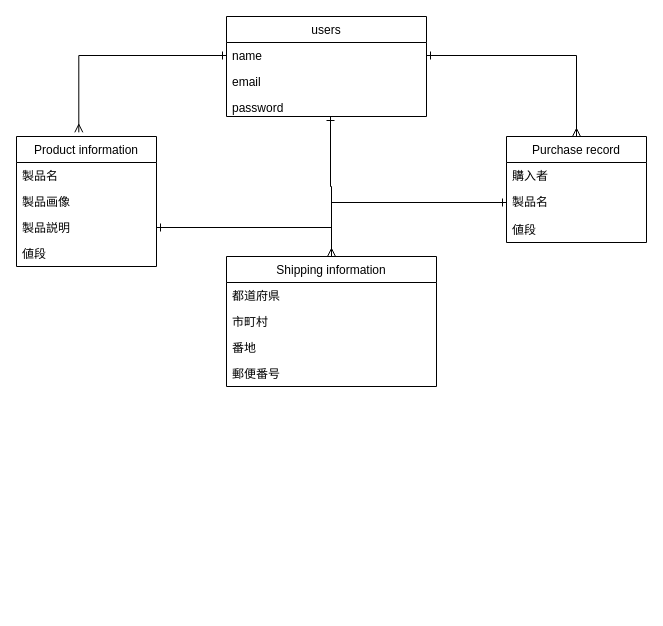
The draw.io diagram er.dio in KeisukeKKKK/furima-36905, before the edit. Source tidied: cells renumbered, new cells numbered last; positions are measured from the earlier drawing's top-left corner, leaving out a move shared by most shapes. Both pictures are drawn from the tidied source at 100%, with x=0, y=0 at pixel (16, 16).
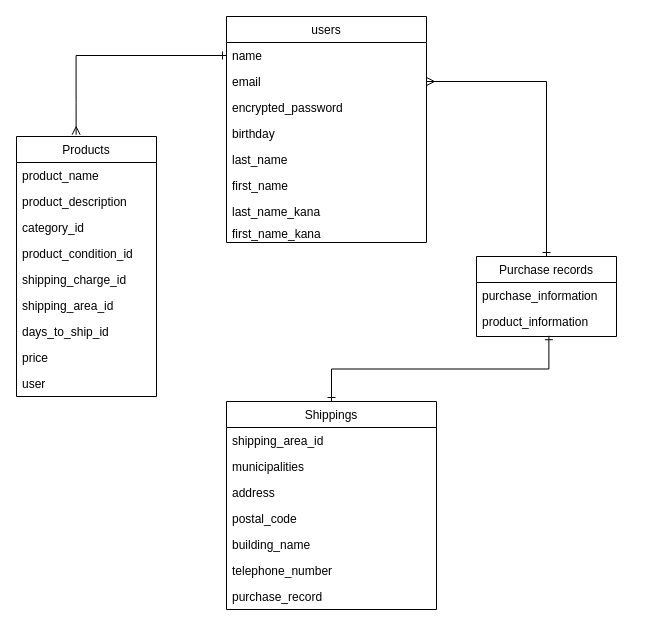
After the change.

Commit message (it also covers changes not shown here):
データベース設計修正3

The change refers to these unchanged cells:
```xml
<mxCell id="3" value="name" style="text;strokeColor=none;fillColor=none;align=left;verticalAlign=top;spacingLeft=4;spacingRight=4;overflow=hidden;points=[[0,0.5],[1,0.5]];portConstraint=eastwest;" parent="2" vertex="1">
  <mxGeometry y="26" width="200" height="26" as="geometry" />
</mxCell>
<mxCell id="4" value="email" style="text;strokeColor=none;fillColor=none;align=left;verticalAlign=top;spacingLeft=4;spacingRight=4;overflow=hidden;points=[[0,0.5],[1,0.5]];portConstraint=eastwest;" parent="2" vertex="1">
  <mxGeometry y="52" width="200" height="26" as="geometry" />
</mxCell>
```

The edit, as a diff of the source:
```diff
@@
     <mxCell id="2" value="users" style="swimlane;fontStyle=0;horizontal=1;startSize=26;" parent="1" vertex="1">
-      <mxGeometry x="210" width="200" height="100" as="geometry" />
+      <mxGeometry x="210" width="200" height="226" as="geometry" />
     </mxCell>
@@
+    <mxCell id="24" value="encrypted_password" style="text;strokeColor=none;fillColor=none;align=left;verticalAlign=top;spacingLeft=4;spacingRight=4;overflow=hidden;" parent="2" vertex="1">
+      <mxGeometry y="78" width="200" height="26" as="geometry" />
+    </mxCell>
+    <mxCell id="25" value="birthday" style="text;strokeColor=none;fillColor=none;align=left;verticalAlign=top;spacingLeft=4;spacingRight=4;overflow=hidden;" parent="2" vertex="1">
+      <mxGeometry y="104" width="200" height="26" as="geometry" />
+    </mxCell>
+    <mxCell id="26" value="last_name" style="text;strokeColor=none;fillColor=none;align=left;verticalAlign=top;spacingLeft=4;spacingRight=4;overflow=hidden;" parent="2" vertex="1">
+      <mxGeometry y="130" width="200" height="26" as="geometry" />
+    </mxCell>
+    <mxCell id="27" value="first_name" style="text;strokeColor=none;fillColor=none;align=left;verticalAlign=top;spacingLeft=4;spacingRight=4;overflow=hidden;" parent="2" vertex="1">
+      <mxGeometry y="156" width="200" height="26" as="geometry" />
+    </mxCell>
-    <mxCell id="5" value="password" style="text;strokeColor=none;fillColor=none;align=left;verticalAlign=top;spacingLeft=4;spacingRight=4;overflow=hidden;points=[[0,0.5],[1,0.5]];portConstraint=eastwest;" parent="2" vertex="1">
-      <mxGeometry y="78" width="200" height="22" as="geometry" />
+    <mxCell id="5" value="last_name_kana" style="text;strokeColor=none;fillColor=none;align=left;verticalAlign=top;spacingLeft=4;spacingRight=4;overflow=hidden;points=[[0,0.5],[1,0.5]];portConstraint=eastwest;" parent="2" vertex="1">
+      <mxGeometry y="182" width="200" height="22" as="geometry" />
     </mxCell>
+    <mxCell id="28" value="first_name_kana" style="text;strokeColor=none;fillColor=none;align=left;verticalAlign=top;spacingLeft=4;spacingRight=4;overflow=hidden;" parent="2" vertex="1">
+      <mxGeometry y="204" width="200" height="22" as="geometry" />
+    </mxCell>
+    <mxCell id="29" style="edgeStyle=orthogonalEdgeStyle;rounded=0;jettySize=auto;html=1;exitX=0.5;exitY=0;exitDx=0;exitDy=0;entryX=1;entryY=0.5;entryDx=0;entryDy=0;endArrow=ERmany;endFill=0;startArrow=ERone;startFill=0;" parent="1" edge="1" source="6" target="4">
+      <mxGeometry relative="1" as="geometry" />
+    </mxCell>
-    <mxCell id="6" value="Purchase record" style="swimlane;fontStyle=0;horizontal=1;startSize=26;" parent="1" vertex="1">
-      <mxGeometry x="490" y="120" width="140" height="106" as="geometry" />
+    <mxCell id="6" value="Purchase records" style="swimlane;fontStyle=0;horizontal=1;startSize=26;" parent="1" vertex="1">
+      <mxGeometry x="460" y="240" width="140" height="80" as="geometry" />
     </mxCell>
-    <mxCell id="7" value="購入者" style="text;strokeColor=none;fillColor=none;align=left;verticalAlign=top;spacingLeft=4;spacingRight=4;overflow=hidden;" parent="6" vertex="1">
+    <mxCell id="7" value="purchase_information" style="text;strokeColor=none;fillColor=none;align=left;verticalAlign=top;spacingLeft=4;spacingRight=4;overflow=hidden;" parent="6" vertex="1">
       <mxGeometry y="26" width="140" height="26" as="geometry" />
     </mxCell>
-    <mxCell id="8" value="製品名" style="text;strokeColor=none;fillColor=none;align=left;verticalAlign=top;spacingLeft=4;spacingRight=4;overflow=hidden;points=[[0,0.5],[1,0.5]];portConstraint=eastwest;" parent="6" vertex="1">
+    <mxCell id="8" value="product_information" style="text;strokeColor=none;fillColor=none;align=left;verticalAlign=top;spacingLeft=4;spacingRight=4;overflow=hidden;points=[[0,0.5],[1,0.5]];portConstraint=eastwest;" parent="6" vertex="1">
       <mxGeometry y="52" width="140" height="28" as="geometry" />
     </mxCell>
-    <mxCell id="9" value="値段" style="text;strokeColor=none;fillColor=none;align=left;verticalAlign=top;spacingLeft=4;spacingRight=4;overflow=hidden;" parent="6" vertex="1">
-      <mxGeometry y="80" width="140" height="26" as="geometry" />
-    </mxCell>
-    <mxCell id="10" value="Product information" style="swimlane;fontStyle=0;horizontal=1;startSize=26;" parent="1" vertex="1">
-      <mxGeometry y="120" width="140" height="130" as="geometry" />
+    <mxCell id="10" value="Products" style="swimlane;fontStyle=0;horizontal=1;startSize=26;" parent="1" vertex="1">
+      <mxGeometry y="120" width="140" height="260" as="geometry" />
     </mxCell>
-    <mxCell id="11" value="製品名" style="text;strokeColor=none;fillColor=none;align=left;verticalAlign=top;spacingLeft=4;spacingRight=4;overflow=hidden;" parent="10" vertex="1">
+    <mxCell id="11" value="product_name" style="text;strokeColor=none;fillColor=none;align=left;verticalAlign=top;spacingLeft=4;spacingRight=4;overflow=hidden;" parent="10" vertex="1">
       <mxGeometry y="26" width="140" height="26" as="geometry" />
     </mxCell>
-    <mxCell id="12" value="製品画像" style="text;strokeColor=none;fillColor=none;align=left;verticalAlign=top;spacingLeft=4;spacingRight=4;overflow=hidden;" parent="10" vertex="1">
+    <mxCell id="12" value="product_description" style="text;strokeColor=none;fillColor=none;align=left;verticalAlign=top;spacingLeft=4;spacingRight=4;overflow=hidden;" parent="10" vertex="1">
       <mxGeometry y="52" width="140" height="26" as="geometry" />
     </mxCell>
-    <mxCell id="13" value="製品説明" style="text;strokeColor=none;fillColor=none;align=left;verticalAlign=top;spacingLeft=4;spacingRight=4;overflow=hidden;points=[[0,0.5],[1,0.5]];portConstraint=eastwest;" parent="10" vertex="1">
+    <mxCell id="13" value="category_id" style="text;strokeColor=none;fillColor=none;align=left;verticalAlign=top;spacingLeft=4;spacingRight=4;overflow=hidden;points=[[0,0.5],[1,0.5]];portConstraint=eastwest;" parent="10" vertex="1">
       <mxGeometry y="78" width="140" height="26" as="geometry" />
     </mxCell>
-    <mxCell id="14" value="値段" style="text;strokeColor=none;fillColor=none;align=left;verticalAlign=top;spacingLeft=4;spacingRight=4;overflow=hidden;" parent="10" vertex="1">
-      <mxGeometry y="104" width="140" height="26" as="geometry" />
-    </mxCell>
-    <mxCell id="15" style="edgeStyle=orthogonalEdgeStyle;rounded=0;jettySize=auto;html=1;entryX=0.5;entryY=0;entryDx=0;entryDy=0;startArrow=ERone;startFill=0;endArrow=ERmany;endFill=0;" parent="1" edge="1" source="3" target="6">
-      <mxGeometry relative="1" as="geometry" />
-    </mxCell>
+    <mxCell id="30" value="product_condition_id" style="text;strokeColor=none;fillColor=none;align=left;verticalAlign=top;spacingLeft=4;spacingRight=4;overflow=hidden;" parent="10" vertex="1">
+      <mxGeometry y="104" width="140" height="26" as="geometry" />
+    </mxCell>
+    <mxCell id="31" value="shipping_charge_id" style="text;strokeColor=none;fillColor=none;align=left;verticalAlign=top;spacingLeft=4;spacingRight=4;overflow=hidden;" parent="10" vertex="1">
+      <mxGeometry y="130" width="140" height="26" as="geometry" />
+    </mxCell>
+    <mxCell id="32" value="shipping_area_id" style="text;strokeColor=none;fillColor=none;align=left;verticalAlign=top;spacingLeft=4;spacingRight=4;overflow=hidden;" parent="10" vertex="1">
+      <mxGeometry y="156" width="140" height="26" as="geometry" />
+    </mxCell>
+    <mxCell id="33" value="days_to_ship_id" style="text;strokeColor=none;fillColor=none;align=left;verticalAlign=top;spacingLeft=4;spacingRight=4;overflow=hidden;" parent="10" vertex="1">
+      <mxGeometry y="182" width="140" height="26" as="geometry" />
+    </mxCell>
+    <mxCell id="34" value="price" style="text;strokeColor=none;fillColor=none;align=left;verticalAlign=top;spacingLeft=4;spacingRight=4;overflow=hidden;" parent="10" vertex="1">
+      <mxGeometry y="208" width="140" height="26" as="geometry" />
+    </mxCell>
+    <mxCell id="35" value="user" style="text;strokeColor=none;fillColor=none;align=left;verticalAlign=top;spacingLeft=4;spacingRight=4;overflow=hidden;" parent="10" vertex="1">
+      <mxGeometry y="234" width="140" height="26" as="geometry" />
+    </mxCell>
-    <mxCell id="16" style="edgeStyle=orthogonalEdgeStyle;rounded=0;jettySize=auto;html=1;exitX=0;exitY=0.5;exitDx=0;exitDy=0;entryX=0.445;entryY=-0.032;entryDx=0;entryDy=0;entryPerimeter=0;startArrow=ERone;startFill=0;endArrow=ERmany;endFill=0;" parent="1" edge="1" source="3" target="10">
+    <mxCell id="16" style="edgeStyle=orthogonalEdgeStyle;rounded=0;jettySize=auto;html=1;exitX=0;exitY=0.5;exitDx=0;exitDy=0;entryX=0.426;entryY=-0.007;entryDx=0;entryDy=0;entryPerimeter=0;startArrow=ERone;startFill=0;endArrow=ERmany;endFill=0;" parent="1" edge="1" source="3" target="10">
       <mxGeometry relative="1" as="geometry" />
     </mxCell>
+    <mxCell id="36" style="edgeStyle=orthogonalEdgeStyle;rounded=0;jettySize=auto;html=1;entryX=0.517;entryY=0.972;entryDx=0;entryDy=0;entryPerimeter=0;startArrow=ERone;startFill=0;endArrow=ERone;endFill=0;" parent="1" edge="1" source="17" target="8">
+      <mxGeometry relative="1" as="geometry" />
+    </mxCell>
-    <mxCell id="17" value="Shipping information" style="swimlane;fontStyle=0;horizontal=1;startSize=26;" parent="1" vertex="1">
-      <mxGeometry x="210" y="240" width="210" height="130" as="geometry" />
+    <mxCell id="17" value="Shippings" style="swimlane;fontStyle=0;horizontal=1;startSize=26;" parent="1" vertex="1">
+      <mxGeometry x="210" y="385" width="210" height="208" as="geometry" />
     </mxCell>
-    <mxCell id="18" value="都道府県" style="text;strokeColor=none;fillColor=none;align=left;verticalAlign=top;spacingLeft=4;spacingRight=4;overflow=hidden;" parent="17" vertex="1">
+    <mxCell id="18" value="shipping_area_id" style="text;strokeColor=none;fillColor=none;align=left;verticalAlign=top;spacingLeft=4;spacingRight=4;overflow=hidden;" parent="17" vertex="1">
       <mxGeometry y="26" width="210" height="26" as="geometry" />
     </mxCell>
-    <mxCell id="19" value="市町村" style="text;strokeColor=none;fillColor=none;align=left;verticalAlign=top;spacingLeft=4;spacingRight=4;overflow=hidden;" parent="17" vertex="1">
+    <mxCell id="19" value="municipalities" style="text;strokeColor=none;fillColor=none;align=left;verticalAlign=top;spacingLeft=4;spacingRight=4;overflow=hidden;" parent="17" vertex="1">
       <mxGeometry y="52" width="210" height="26" as="geometry" />
     </mxCell>
-    <mxCell id="20" value="番地" style="text;strokeColor=none;fillColor=none;align=left;verticalAlign=top;spacingLeft=4;spacingRight=4;overflow=hidden;" parent="17" vertex="1">
+    <mxCell id="20" value="address " style="text;strokeColor=none;fillColor=none;align=left;verticalAlign=top;spacingLeft=4;spacingRight=4;overflow=hidden;" parent="17" vertex="1">
       <mxGeometry y="78" width="210" height="26" as="geometry" />
     </mxCell>
-    <mxCell id="21" value="郵便番号" style="text;strokeColor=none;fillColor=none;align=left;verticalAlign=top;spacingLeft=4;spacingRight=4;overflow=hidden;" parent="17" vertex="1">
+    <mxCell id="21" value="postal_code " style="text;strokeColor=none;fillColor=none;align=left;verticalAlign=top;spacingLeft=4;spacingRight=4;overflow=hidden;" parent="17" vertex="1">
       <mxGeometry y="104" width="210" height="26" as="geometry" />
     </mxCell>
-    <mxCell id="22" style="edgeStyle=orthogonalEdgeStyle;rounded=0;jettySize=auto;html=1;entryX=0.5;entryY=0;entryDx=0;entryDy=0;startArrow=ERone;startFill=0;endArrow=ERmany;endFill=0;exitX=0.52;exitY=1;exitDx=0;exitDy=0;exitPerimeter=0;" parent="1" edge="1" source="5" target="17">
-      <mxGeometry relative="1" as="geometry" />
-    </mxCell>
-    <mxCell id="23" style="edgeStyle=orthogonalEdgeStyle;rounded=0;jettySize=auto;html=1;exitX=1;exitY=0.5;exitDx=0;exitDy=0;entryX=0;entryY=0.5;entryDx=0;entryDy=0;startArrow=ERone;startFill=0;endArrow=ERone;endFill=0;" parent="1" edge="1" source="13" target="8">
-      <mxGeometry relative="1" as="geometry" />
-    </mxCell>
+    <mxCell id="37" value="building_name" style="text;strokeColor=none;fillColor=none;align=left;verticalAlign=top;spacingLeft=4;spacingRight=4;overflow=hidden;" parent="17" vertex="1">
+      <mxGeometry y="130" width="210" height="26" as="geometry" />
+    </mxCell>
+    <mxCell id="38" value="telephone_number" style="text;strokeColor=none;fillColor=none;align=left;verticalAlign=top;spacingLeft=4;spacingRight=4;overflow=hidden;" parent="17" vertex="1">
+      <mxGeometry y="156" width="210" height="26" as="geometry" />
+    </mxCell>
+    <mxCell id="39" value="purchase_record" style="text;strokeColor=none;fillColor=none;align=left;verticalAlign=top;spacingLeft=4;spacingRight=4;overflow=hidden;" parent="17" vertex="1">
+      <mxGeometry y="182" width="210" height="26" as="geometry" />
+    </mxCell>
```
